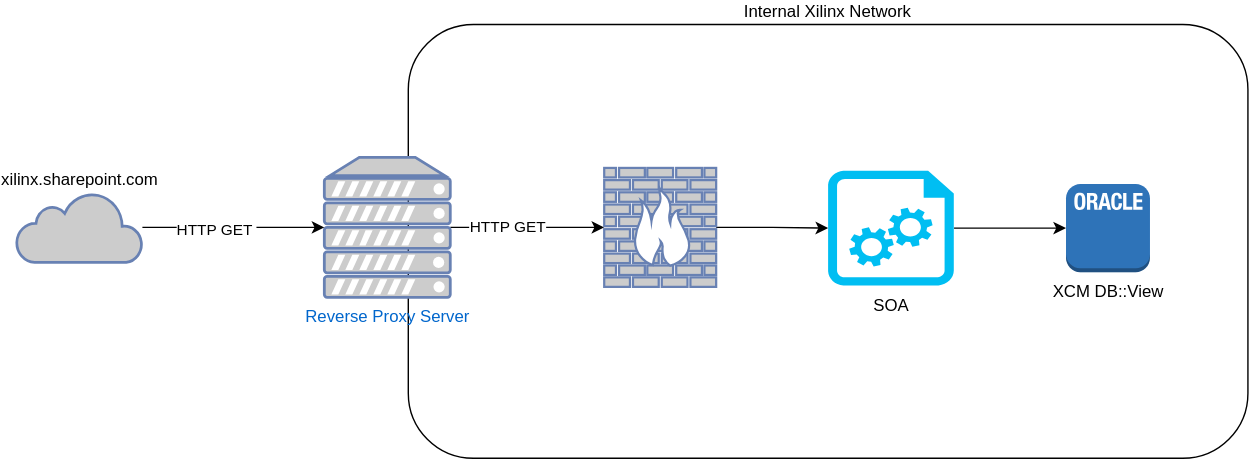
gbminnock/test2 keeps this draw.io diagram as XCM.svg. Above is the earlier version. Source tidied: cells renumbered, new cells last; positions are measured from the earlier drawing's top-left corner, leaving out a move shared by most shapes. Source of this version:
```xml
<mxGraphModel background="#ffffff">
  <root>
    <mxCell id="0" />
    <mxCell id="1" parent="0" />
    <mxCell id="2" value="Internal Xilinx Network" style="rounded=1;whiteSpace=wrap;html=1;labelPosition=center;verticalLabelPosition=top;align=center;verticalAlign=bottom;" parent="1" vertex="1">
      <mxGeometry x="280" width="600" height="310" as="geometry" />
    </mxCell>
    <mxCell id="3" style="edgeStyle=orthogonalEdgeStyle;rounded=0;jettySize=auto;html=1;fontColor=#000;entryX=0;entryY=0.5;entryDx=0;entryDy=0;entryPerimeter=0;" parent="1" edge="1" source="5" target="10">
      <mxGeometry relative="1" as="geometry" />
    </mxCell>
    <mxCell id="4" value="HTTP GET" style="edgeLabel;html=1;align=center;verticalAlign=middle;fontColor=#000;" parent="3" vertex="1">
      <mxGeometry x="-0.28" y="1" relative="1" as="geometry" />
    </mxCell>
    <mxCell id="5" value="Reverse Proxy Server" style="fontColor=#0066CC;verticalAlign=top;verticalLabelPosition=bottom;labelPosition=center;align=center;html=1;outlineConnect=0;fillColor=#CCCCCC;strokeColor=#6881B3;gradientColor=none;gradientDirection=north;strokeWidth=2;shape=mxgraph.networks.server;" parent="1" vertex="1">
      <mxGeometry x="220" y="95" width="90" height="100" as="geometry" />
    </mxCell>
    <mxCell id="6" style="edgeStyle=orthogonalEdgeStyle;rounded=0;jettySize=auto;html=1;fontColor=#000;" parent="1" edge="1" source="8" target="5">
      <mxGeometry relative="1" as="geometry" />
    </mxCell>
    <mxCell id="7" value="HTTP GET&amp;nbsp;" style="edgeLabel;html=1;align=center;verticalAlign=middle;fontColor=#000;" parent="6" vertex="1">
      <mxGeometry x="-0.2" y="-1" relative="1" as="geometry" />
    </mxCell>
    <mxCell id="8" value="xilinx.sharepoint.com" style="html=1;outlineConnect=0;fillColor=#CCCCCC;strokeColor=#6881B3;gradientColor=none;gradientDirection=north;strokeWidth=2;shape=mxgraph.networks.cloud;labelPosition=center;verticalLabelPosition=top;align=center;verticalAlign=bottom;fontColor=#000;" parent="1" vertex="1">
      <mxGeometry y="120" width="90" height="50" as="geometry" />
    </mxCell>
    <mxCell id="9" style="edgeStyle=orthogonalEdgeStyle;rounded=0;jettySize=auto;html=1;entryX=0;entryY=0.5;entryDx=0;entryDy=0;entryPerimeter=0;fontColor=#000;" parent="1" edge="1" source="10" target="13">
      <mxGeometry relative="1" as="geometry" />
    </mxCell>
    <mxCell id="10" style="fontColor=#0066CC;verticalAlign=top;verticalLabelPosition=bottom;labelPosition=center;align=center;html=1;outlineConnect=0;fillColor=#CCCCCC;strokeColor=#6881B3;gradientColor=none;gradientDirection=north;strokeWidth=2;shape=mxgraph.networks.firewall;" parent="1" vertex="1">
      <mxGeometry x="420" y="102.5" width="80" height="85" as="geometry" />
    </mxCell>
    <mxCell id="11" value="XCM DB::View" style="outlineConnect=0;dashed=0;verticalLabelPosition=bottom;verticalAlign=top;align=center;html=1;shape=mxgraph.aws3.oracle_db_instance_2;fillColor=#2E73B8;gradientColor=none;fontColor=#000;" parent="1" vertex="1">
      <mxGeometry x="750" y="114" width="60" height="63" as="geometry" />
    </mxCell>
    <mxCell id="12" style="edgeStyle=orthogonalEdgeStyle;rounded=0;jettySize=auto;html=1;fontColor=#000;" parent="1" edge="1" source="13" target="11">
      <mxGeometry relative="1" as="geometry" />
    </mxCell>
    <mxCell id="13" value="SOA" style="verticalLabelPosition=bottom;html=1;verticalAlign=top;align=center;strokeColor=none;fillColor=#00BEF2;shape=mxgraph.azure.startup_task;fontColor=#000;" parent="1" vertex="1">
      <mxGeometry x="580" y="104.5" width="90" height="82" as="geometry" />
    </mxCell>
  </root>
</mxGraphModel>
```
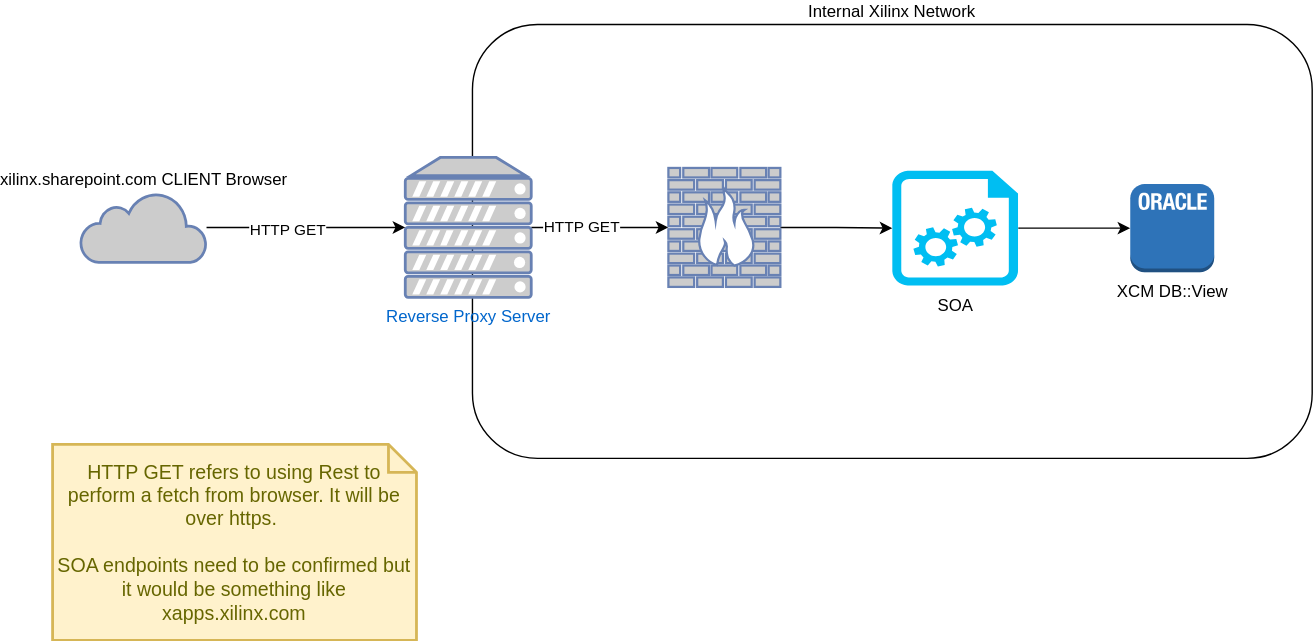
The same diagram one commit later.

Change to the diagram source:
```diff
@@ -12,15 +12,15 @@
       <mxGeometry x="-0.28" y="1" relative="1" as="geometry" />
     </mxCell>
     <mxCell id="5" value="Reverse Proxy Server" style="fontColor=#0066CC;verticalAlign=top;verticalLabelPosition=bottom;labelPosition=center;align=center;html=1;outlineConnect=0;fillColor=#CCCCCC;strokeColor=#6881B3;gradientColor=none;gradientDirection=north;strokeWidth=2;shape=mxgraph.networks.server;" parent="1" vertex="1">
-      <mxGeometry x="220" y="95" width="90" height="100" as="geometry" />
+      <mxGeometry x="232" y="95" width="90" height="100" as="geometry" />
     </mxCell>
     <mxCell id="6" style="edgeStyle=orthogonalEdgeStyle;rounded=0;jettySize=auto;html=1;fontColor=#000;" parent="1" edge="1" source="8" target="5">
       <mxGeometry relative="1" as="geometry" />
     </mxCell>
-    <mxCell id="7" value="HTTP GET&amp;nbsp;" style="edgeLabel;html=1;align=center;verticalAlign=middle;fontColor=#000;" parent="6" vertex="1">
+    <mxCell id="7" value="HTTP GET" style="edgeLabel;html=1;align=center;verticalAlign=middle;fontColor=#000;" parent="6" vertex="1">
       <mxGeometry x="-0.2" y="-1" relative="1" as="geometry" />
     </mxCell>
-    <mxCell id="8" value="xilinx.sharepoint.com" style="html=1;outlineConnect=0;fillColor=#CCCCCC;strokeColor=#6881B3;gradientColor=none;gradientDirection=north;strokeWidth=2;shape=mxgraph.networks.cloud;labelPosition=center;verticalLabelPosition=top;align=center;verticalAlign=bottom;fontColor=#000;" parent="1" vertex="1">
+    <mxCell id="8" value="xilinx.sharepoint.com CLIENT Browser" style="html=1;outlineConnect=0;fillColor=#CCCCCC;strokeColor=#6881B3;gradientColor=none;gradientDirection=north;strokeWidth=2;shape=mxgraph.networks.cloud;labelPosition=center;verticalLabelPosition=top;align=center;verticalAlign=bottom;fontColor=#000;" parent="1" vertex="1">
       <mxGeometry y="120" width="90" height="50" as="geometry" />
     </mxCell>
     <mxCell id="9" style="edgeStyle=orthogonalEdgeStyle;rounded=0;jettySize=auto;html=1;entryX=0;entryY=0.5;entryDx=0;entryDy=0;entryPerimeter=0;fontColor=#000;" parent="1" edge="1" source="10" target="13">
@@ -38,5 +38,8 @@
     <mxCell id="13" value="SOA" style="verticalLabelPosition=bottom;html=1;verticalAlign=top;align=center;strokeColor=none;fillColor=#00BEF2;shape=mxgraph.azure.startup_task;fontColor=#000;" parent="1" vertex="1">
       <mxGeometry x="580" y="104.5" width="90" height="82" as="geometry" />
     </mxCell>
+    <mxCell id="14" value="HTTP GET refers to using Rest to perform a fetch from browser. It will be over https.&amp;nbsp;&lt;br&gt;&lt;br&gt;SOA endpoints need to be confirmed but it would be something like xapps.xilinx.com" style="shape=note;strokeWidth=2;fontSize=14;size=20;whiteSpace=wrap;html=1;fillColor=#fff2cc;strokeColor=#d6b656;fontColor=#666600;" parent="1" vertex="1">
+      <mxGeometry x="-20" y="300" width="260" height="140" as="geometry" />
+    </mxCell>
   </root>
 </mxGraphModel>
```
